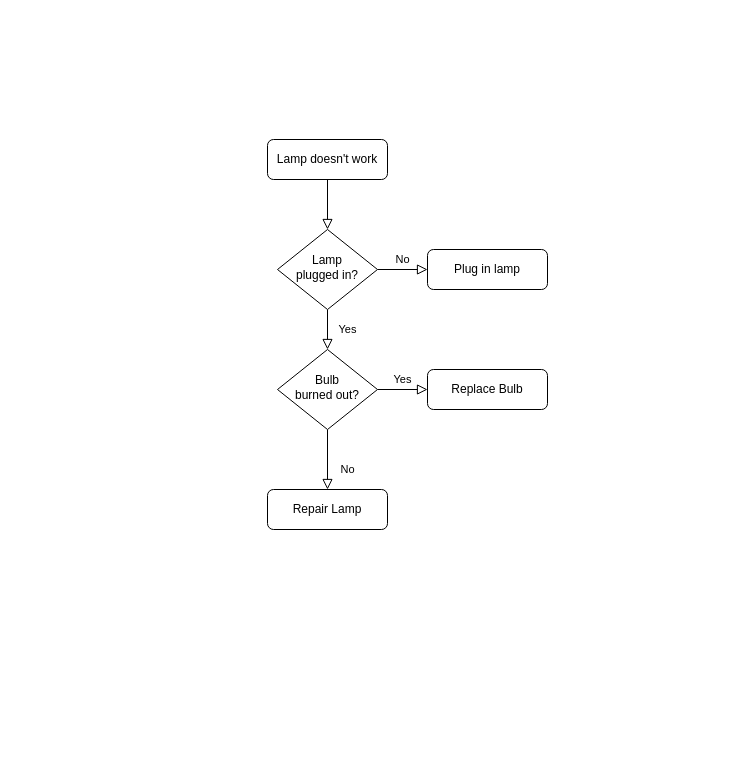
gjhack13/simpegalgorithm keeps this draw.io diagram as Untitled Diagram.drawio. Above is the earlier version. Source tidied: cells renumbered, new cells numbered last; positions are measured from the earlier drawing's top-left corner, leaving out a move shared by most shapes. Both pictures are drawn from the tidied source at 100%, with x=0, y=0 at pixel (267, 139).
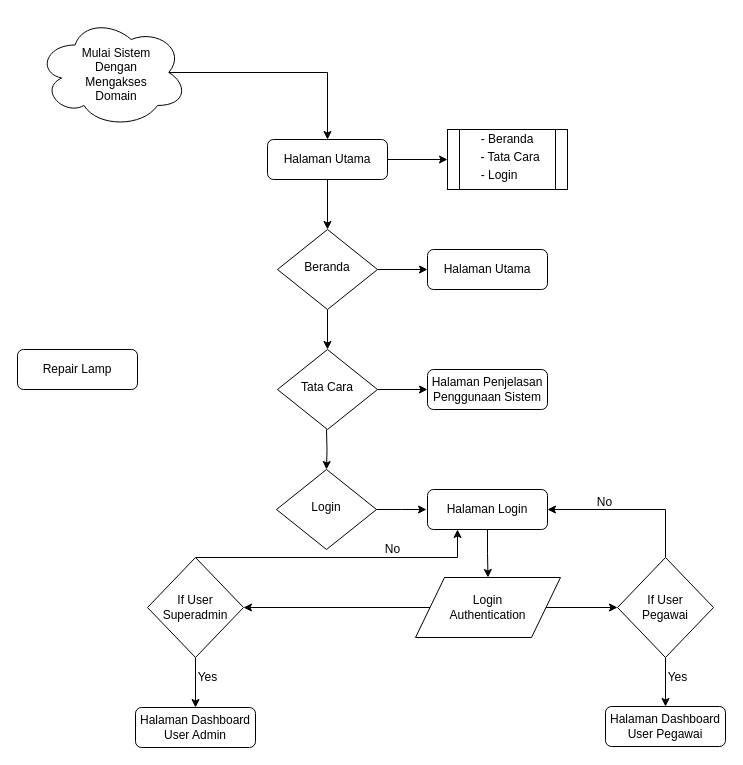
The same diagram, later.

Commit message:
Pembuatan Flowchart Sistem Auth

Diff of the diagram source:
```diff
@@
+    <mxCell id="13" style="edgeStyle=orthogonalEdgeStyle;rounded=0;jettySize=auto;html=1;exitX=1;exitY=0.5;exitDx=0;exitDy=0;entryX=0;entryY=0.5;entryDx=0;entryDy=0;" parent="1" edge="1" source="3" target="17">
+      <mxGeometry relative="1" as="geometry" />
+    </mxCell>
-    <mxCell id="2" style="rounded=0;html=1;jettySize=auto;fontSize=11;endArrow=block;endFill=0;endSize=8;strokeWidth=1;shadow=0;labelBackgroundColor=none;edgeStyle=orthogonalEdgeStyle;" parent="1" edge="1" source="3" target="6">
+    <mxCell id="2" style="edgeStyle=orthogonalEdgeStyle;rounded=0;jettySize=auto;html=1;exitX=0.5;exitY=1;exitDx=0;exitDy=0;" parent="1" edge="1" source="3" target="6">
       <mxGeometry relative="1" as="geometry" />
     </mxCell>
-    <mxCell id="3" value="Lamp doesn't work" style="rounded=1;whiteSpace=wrap;html=1;fontSize=12;glass=0;strokeWidth=1;shadow=0;" parent="1" vertex="1">
+    <mxCell id="3" value="Halaman Utama" style="rounded=1;whiteSpace=wrap;html=1;fontSize=12;glass=0;strokeWidth=1;shadow=0;" parent="1" vertex="1">
       <mxGeometry width="120" height="40" as="geometry" />
     </mxCell>
+    <mxCell id="5" style="edgeStyle=orthogonalEdgeStyle;rounded=0;jettySize=auto;html=1;exitX=1;exitY=0.5;exitDx=0;exitDy=0;entryX=0;entryY=0.5;entryDx=0;entryDy=0;" parent="1" edge="1" source="6" target="7">
+      <mxGeometry relative="1" as="geometry" />
+    </mxCell>
-    <mxCell id="4" value="Yes" style="rounded=0;html=1;jettySize=auto;fontSize=11;endArrow=block;endFill=0;endSize=8;strokeWidth=1;shadow=0;labelBackgroundColor=none;edgeStyle=orthogonalEdgeStyle;" parent="1" edge="1" source="6" target="10">
-      <mxGeometry y="20" relative="1" as="geometry" />
+    <mxCell id="4" style="edgeStyle=orthogonalEdgeStyle;rounded=0;jettySize=auto;html=1;exitX=0.5;exitY=1;exitDx=0;exitDy=0;entryX=0.5;entryY=0;entryDx=0;entryDy=0;" parent="1" edge="1" source="6" target="10">
+      <mxGeometry relative="1" as="geometry" />
     </mxCell>
-    <mxCell id="5" value="No" style="edgeStyle=orthogonalEdgeStyle;rounded=0;html=1;jettySize=auto;fontSize=11;endArrow=block;endFill=0;endSize=8;strokeWidth=1;shadow=0;labelBackgroundColor=none;" parent="1" edge="1" source="6" target="7">
-      <mxGeometry y="10" relative="1" as="geometry" />
-    </mxCell>
-    <mxCell id="6" value="Lamp&lt;br&gt;plugged in?" style="rhombus;whiteSpace=wrap;html=1;shadow=0;fontFamily=Helvetica;fontSize=12;align=center;strokeWidth=1;spacing=6;spacingTop=-4;" parent="1" vertex="1">
+    <mxCell id="6" value="Beranda" style="rhombus;whiteSpace=wrap;html=1;shadow=0;fontFamily=Helvetica;fontSize=12;align=center;strokeWidth=1;spacing=6;spacingTop=-4;" parent="1" vertex="1">
       <mxGeometry x="10" y="90" width="100" height="80" as="geometry" />
     </mxCell>
-    <mxCell id="7" value="Plug in lamp" style="rounded=1;whiteSpace=wrap;html=1;fontSize=12;glass=0;strokeWidth=1;shadow=0;" parent="1" vertex="1">
+    <mxCell id="7" value="Halaman Utama" style="rounded=1;whiteSpace=wrap;html=1;fontSize=12;glass=0;strokeWidth=1;shadow=0;" parent="1" vertex="1">
       <mxGeometry x="160" y="110" width="120" height="40" as="geometry" />
     </mxCell>
-    <mxCell id="8" value="No" style="rounded=0;html=1;jettySize=auto;fontSize=11;endArrow=block;endFill=0;endSize=8;strokeWidth=1;shadow=0;labelBackgroundColor=none;edgeStyle=orthogonalEdgeStyle;" parent="1" edge="1" source="10" target="11">
-      <mxGeometry x="0.33" y="20" relative="1" as="geometry" />
-    </mxCell>
-    <mxCell id="9" value="Yes" style="edgeStyle=orthogonalEdgeStyle;rounded=0;html=1;jettySize=auto;fontSize=11;endArrow=block;endFill=0;endSize=8;strokeWidth=1;shadow=0;labelBackgroundColor=none;" parent="1" edge="1" source="10" target="12">
-      <mxGeometry y="10" relative="1" as="geometry" />
+    <mxCell id="9" style="edgeStyle=orthogonalEdgeStyle;rounded=0;jettySize=auto;html=1;exitX=1;exitY=0.5;exitDx=0;exitDy=0;entryX=0;entryY=0.5;entryDx=0;entryDy=0;" parent="1" edge="1" source="10" target="12">
+      <mxGeometry relative="1" as="geometry" />
     </mxCell>
-    <mxCell id="10" value="Bulb&lt;br&gt;burned out?" style="rhombus;whiteSpace=wrap;html=1;shadow=0;fontFamily=Helvetica;fontSize=12;align=center;strokeWidth=1;spacing=6;spacingTop=-4;" parent="1" vertex="1">
+    <mxCell id="10" value="Tata Cara" style="rhombus;whiteSpace=wrap;html=1;shadow=0;fontFamily=Helvetica;fontSize=12;align=center;strokeWidth=1;spacing=6;spacingTop=-4;" parent="1" vertex="1">
       <mxGeometry x="10" y="210" width="100" height="80" as="geometry" />
     </mxCell>
     <mxCell id="11" value="Repair Lamp" style="rounded=1;whiteSpace=wrap;html=1;fontSize=12;glass=0;strokeWidth=1;shadow=0;" parent="1" vertex="1">
-      <mxGeometry y="350" width="120" height="40" as="geometry" />
+      <mxGeometry x="-250" y="210" width="120" height="40" as="geometry" />
     </mxCell>
-    <mxCell id="12" value="Replace Bulb" style="rounded=1;whiteSpace=wrap;html=1;fontSize=12;glass=0;strokeWidth=1;shadow=0;" parent="1" vertex="1">
+    <mxCell id="12" value="Halaman Penjelasan Penggunaan Sistem" style="rounded=1;whiteSpace=wrap;html=1;fontSize=12;glass=0;strokeWidth=1;shadow=0;" parent="1" vertex="1">
       <mxGeometry x="160" y="230" width="120" height="40" as="geometry" />
     </mxCell>
+    <mxCell id="14" style="edgeStyle=orthogonalEdgeStyle;rounded=0;jettySize=auto;html=1;exitX=0.875;exitY=0.5;exitDx=0;exitDy=0;exitPerimeter=0;entryX=0.5;entryY=0;entryDx=0;entryDy=0;" parent="1" edge="1" source="15" target="3">
+      <mxGeometry relative="1" as="geometry" />
+    </mxCell>
+    <mxCell id="15" style="ellipse;shape=cloud;whiteSpace=wrap;html=1;" parent="1" vertex="1">
+      <mxGeometry x="-230" y="-122" width="150" height="110" as="geometry" />
+    </mxCell>
+    <mxCell id="16" value="Mulai Sistem Dengan Mengakses Domain" style="text;html=1;strokeColor=none;fillColor=none;align=center;verticalAlign=middle;whiteSpace=wrap;rounded=0;" parent="1" vertex="1">
+      <mxGeometry x="-196" y="-75" width="90" height="20" as="geometry" />
+    </mxCell>
+    <mxCell id="17" style="shape=process;whiteSpace=wrap;html=1;backgroundOutline=1;" parent="1" vertex="1">
+      <mxGeometry x="180" y="-10" width="120" height="60" as="geometry" />
+    </mxCell>
+    <mxCell id="18" value="- Beranda" style="text;html=1;strokeColor=none;fillColor=none;align=center;verticalAlign=middle;whiteSpace=wrap;rounded=0;" parent="1" vertex="1">
+      <mxGeometry x="205" y="-10" width="70" height="20" as="geometry" />
+    </mxCell>
+    <mxCell id="19" value="- Tata Cara" style="text;html=1;strokeColor=none;fillColor=none;align=center;verticalAlign=middle;whiteSpace=wrap;rounded=0;" parent="1" vertex="1">
+      <mxGeometry x="203" y="8" width="80" height="20" as="geometry" />
+    </mxCell>
+    <mxCell id="20" value="- Login" style="text;html=1;strokeColor=none;fillColor=none;align=center;verticalAlign=middle;whiteSpace=wrap;rounded=0;" parent="1" vertex="1">
+      <mxGeometry x="197" y="26" width="70" height="20" as="geometry" />
+    </mxCell>
+    <mxCell id="21" style="edgeStyle=orthogonalEdgeStyle;rounded=0;jettySize=auto;html=1;exitX=0.5;exitY=1;exitDx=0;exitDy=0;entryX=0.5;entryY=0;entryDx=0;entryDy=0;" parent="1" edge="1" target="23">
+      <mxGeometry relative="1" as="geometry">
+        <mxPoint x="59" y="290" as="sourcePoint" />
+      </mxGeometry>
+    </mxCell>
+    <mxCell id="22" style="edgeStyle=orthogonalEdgeStyle;rounded=0;jettySize=auto;html=1;exitX=1;exitY=0.5;exitDx=0;exitDy=0;entryX=0;entryY=0.5;entryDx=0;entryDy=0;" parent="1" edge="1" source="23">
+      <mxGeometry relative="1" as="geometry">
+        <mxPoint x="159" y="370" as="targetPoint" />
+      </mxGeometry>
+    </mxCell>
+    <mxCell id="23" value="Login" style="rhombus;whiteSpace=wrap;html=1;shadow=0;fontFamily=Helvetica;fontSize=12;align=center;strokeWidth=1;spacing=6;spacingTop=-4;" parent="1" vertex="1">
+      <mxGeometry x="9" y="330" width="100" height="80" as="geometry" />
+    </mxCell>
+    <mxCell id="24" style="edgeStyle=orthogonalEdgeStyle;rounded=0;jettySize=auto;html=1;exitX=0.5;exitY=1;exitDx=0;exitDy=0;" parent="1" edge="1" source="25" target="28">
+      <mxGeometry relative="1" as="geometry" />
+    </mxCell>
+    <mxCell id="25" value="Halaman Login" style="rounded=1;whiteSpace=wrap;html=1;fontSize=12;glass=0;strokeWidth=1;shadow=0;" parent="1" vertex="1">
+      <mxGeometry x="160" y="350" width="120" height="40" as="geometry" />
+    </mxCell>
+    <mxCell id="26" style="edgeStyle=orthogonalEdgeStyle;rounded=0;jettySize=auto;html=1;exitX=0;exitY=0.5;exitDx=0;exitDy=0;entryX=1;entryY=0.5;entryDx=0;entryDy=0;" parent="1" edge="1" source="28" target="31">
+      <mxGeometry relative="1" as="geometry" />
+    </mxCell>
+    <mxCell id="27" style="edgeStyle=orthogonalEdgeStyle;rounded=0;jettySize=auto;html=1;exitX=1;exitY=0.5;exitDx=0;exitDy=0;entryX=0;entryY=0.5;entryDx=0;entryDy=0;" parent="1" edge="1" source="28" target="35">
+      <mxGeometry relative="1" as="geometry" />
+    </mxCell>
+    <mxCell id="28" value="Login &lt;br&gt;Authentication" style="shape=parallelogram;perimeter=parallelogramPerimeter;whiteSpace=wrap;html=1;" parent="1" vertex="1">
+      <mxGeometry x="148" y="438" width="145" height="60" as="geometry" />
+    </mxCell>
+    <mxCell id="29" style="edgeStyle=orthogonalEdgeStyle;rounded=0;jettySize=auto;html=1;exitX=0.5;exitY=0;exitDx=0;exitDy=0;entryX=0.25;entryY=1;entryDx=0;entryDy=0;" parent="1" edge="1" source="31" target="25">
+      <mxGeometry relative="1" as="geometry">
+        <Array as="points">
+          <mxPoint x="190" y="418" />
+        </Array>
+      </mxGeometry>
+    </mxCell>
+    <mxCell id="30" style="edgeStyle=orthogonalEdgeStyle;rounded=0;jettySize=auto;html=1;exitX=0.5;exitY=1;exitDx=0;exitDy=0;entryX=0.5;entryY=0;entryDx=0;entryDy=0;" parent="1" edge="1" source="31" target="37">
+      <mxGeometry relative="1" as="geometry" />
+    </mxCell>
+    <mxCell id="31" value="If User Superadmin" style="rhombus;whiteSpace=wrap;html=1;" parent="1" vertex="1">
+      <mxGeometry x="-120" y="418" width="96" height="100" as="geometry" />
+    </mxCell>
+    <mxCell id="32" value="No" style="text;html=1;align=center;verticalAlign=middle;" parent="1" vertex="1">
+      <mxGeometry x="110" y="400" width="30" height="20" as="geometry" />
+    </mxCell>
+    <mxCell id="33" style="edgeStyle=orthogonalEdgeStyle;rounded=0;jettySize=auto;html=1;exitX=0.5;exitY=0;exitDx=0;exitDy=0;entryX=1;entryY=0.5;entryDx=0;entryDy=0;" parent="1" edge="1" source="35" target="25">
+      <mxGeometry relative="1" as="geometry" />
+    </mxCell>
+    <mxCell id="34" style="edgeStyle=orthogonalEdgeStyle;rounded=0;jettySize=auto;html=1;exitX=0.5;exitY=1;exitDx=0;exitDy=0;entryX=0.5;entryY=0;entryDx=0;entryDy=0;" parent="1" edge="1" source="35" target="38">
+      <mxGeometry relative="1" as="geometry" />
+    </mxCell>
+    <mxCell id="35" value="If User &lt;br&gt;Pegawai" style="rhombus;whiteSpace=wrap;html=1;" parent="1" vertex="1">
+      <mxGeometry x="350" y="418" width="96" height="100" as="geometry" />
+    </mxCell>
+    <mxCell id="36" value="No" style="text;html=1;align=center;verticalAlign=middle;" parent="1" vertex="1">
+      <mxGeometry x="322" y="353" width="30" height="20" as="geometry" />
+    </mxCell>
+    <mxCell id="37" value="Halaman Dashboard User Admin" style="rounded=1;whiteSpace=wrap;html=1;fontSize=12;glass=0;strokeWidth=1;shadow=0;" parent="1" vertex="1">
+      <mxGeometry x="-132" y="568" width="120" height="40" as="geometry" />
+    </mxCell>
+    <mxCell id="38" value="Halaman Dashboard User Pegawai" style="rounded=1;whiteSpace=wrap;html=1;fontSize=12;glass=0;strokeWidth=1;shadow=0;" parent="1" vertex="1">
+      <mxGeometry x="338" y="567" width="120" height="40" as="geometry" />
+    </mxCell>
+    <mxCell id="39" value="Yes" style="text;html=1;align=center;verticalAlign=middle;" parent="1" vertex="1">
+      <mxGeometry x="-80" y="528" width="40" height="20" as="geometry" />
+    </mxCell>
+    <mxCell id="40" value="Yes" style="text;html=1;align=center;verticalAlign=middle;" parent="1" vertex="1">
+      <mxGeometry x="390" y="528" width="40" height="20" as="geometry" />
+    </mxCell>
```
